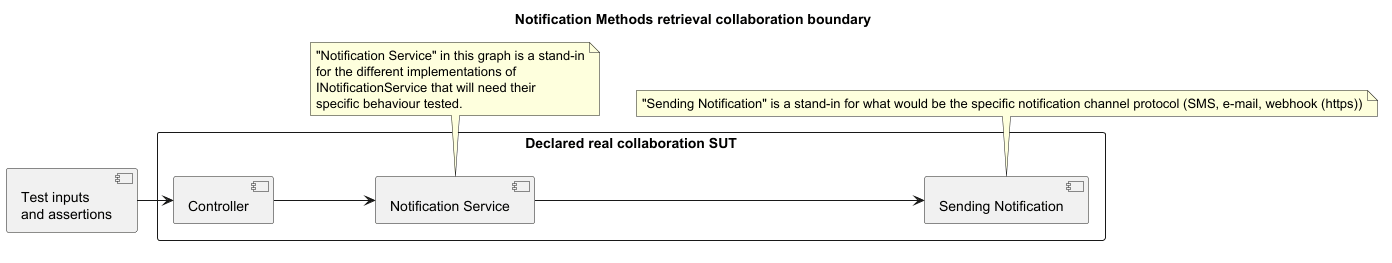
Above: Docs/DocsMasterDegree/system-to-be/Images/NotificationMethodClassIsolation.png in Max1124/ARQSOFT_ODSOFT_G6 (PlantUML), before the change.
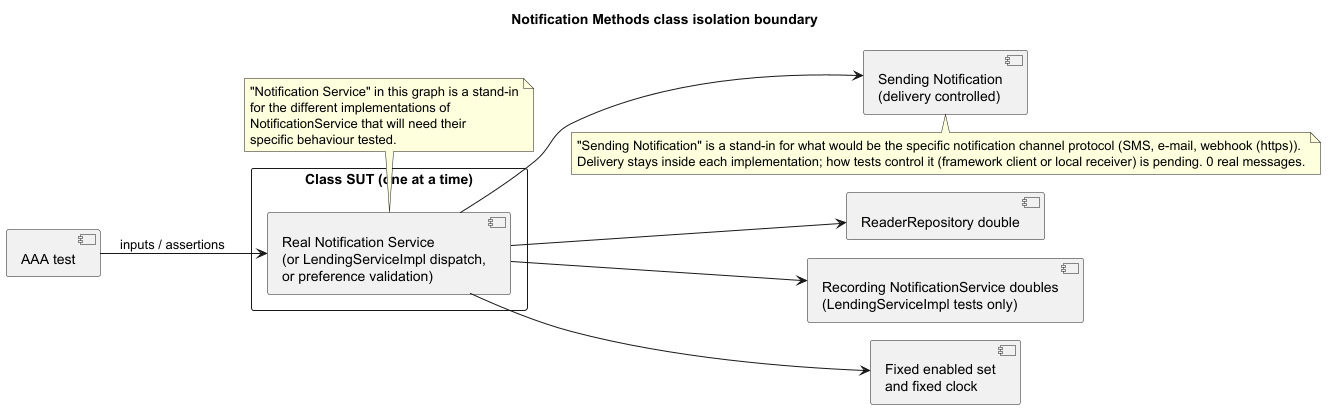
Above is the later version.

The edit, as a diff of the source:
```diff
@@ -3,26 +3,31 @@
 left to right direction
 skinparam shadowing false
 skinparam backgroundColor white
-title Notification Methods retrieval collaboration boundary
-component "Test inputs\nand assertions" as Test
-rectangle "Declared real collaboration SUT" {
- component Controller
-component "Notification Service" as Service
-component "Sending Notification" as Mechanism
- Controller --> Service
- Service --> Mechanism
+title Notification Methods class isolation boundary
+component "AAA test" as Test
+rectangle "Class SUT (one at a time)" {
+ component "Real Notification Service\n(or LendingServiceImpl dispatch,\nor preference validation)" as Service
 }
-Test --> Controller
+component "Sending Notification\n(delivery controlled)" as Mechanism
+component "ReaderRepository double" as Repo
+component "Recording NotificationService doubles\n(LendingServiceImpl tests only)" as Doubles
+component "Fixed enabled set\nand fixed clock" as Fixtures
+Test --> Service : inputs / assertions
+Service --> Mechanism
+Service --> Repo
+Service --> Doubles
+Service --> Fixtures
 
 
 note bottom of Service
   "Notification Service" in this graph is a stand-in
   for the different implementations of
-  INotificationService that will need their
+  NotificationService that will need their
   specific behaviour tested.
 end note
 
 note bottom of Mechanism
-  "Sending Notification" is a stand-in for what would be the specific notification channel protocol (SMS, e-mail, webhook (https))
+  "Sending Notification" is a stand-in for what would be the specific notification channel protocol (SMS, e-mail, webhook (https)).
+  Delivery stays inside each implementation; how tests control it (framework client or local receiver) is pending. 0 real messages.
 end note
 @enduml
```
